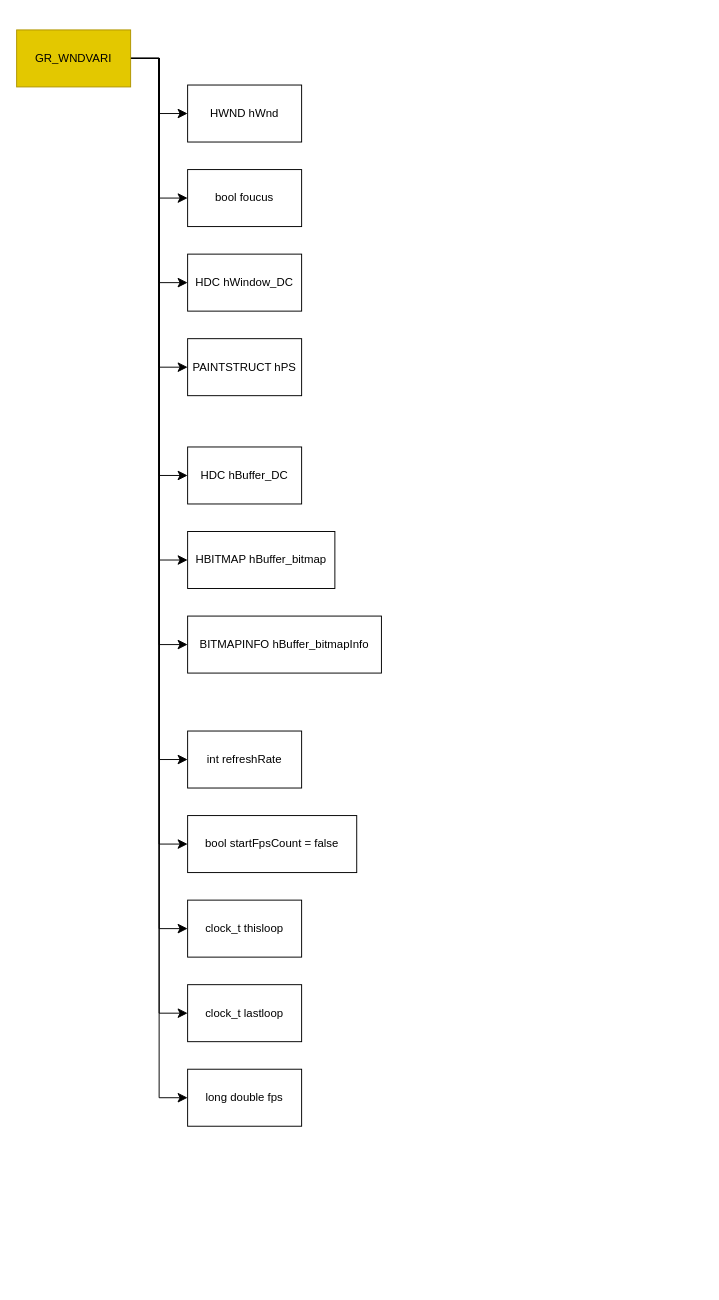
Tanso-mct/GLPA keeps this draw.io diagram as page "main.h" (2 of 17) of GLPA/設計書.drawio. Above is the earlier version. Source tidied: cells renumbered, new cells numbered last; positions are measured from the earlier drawing's top-left corner, leaving out a move shared by most shapes. Both pictures are drawn from the tidied source at 95%, with x=0, y=0 at pixel (16, 29).
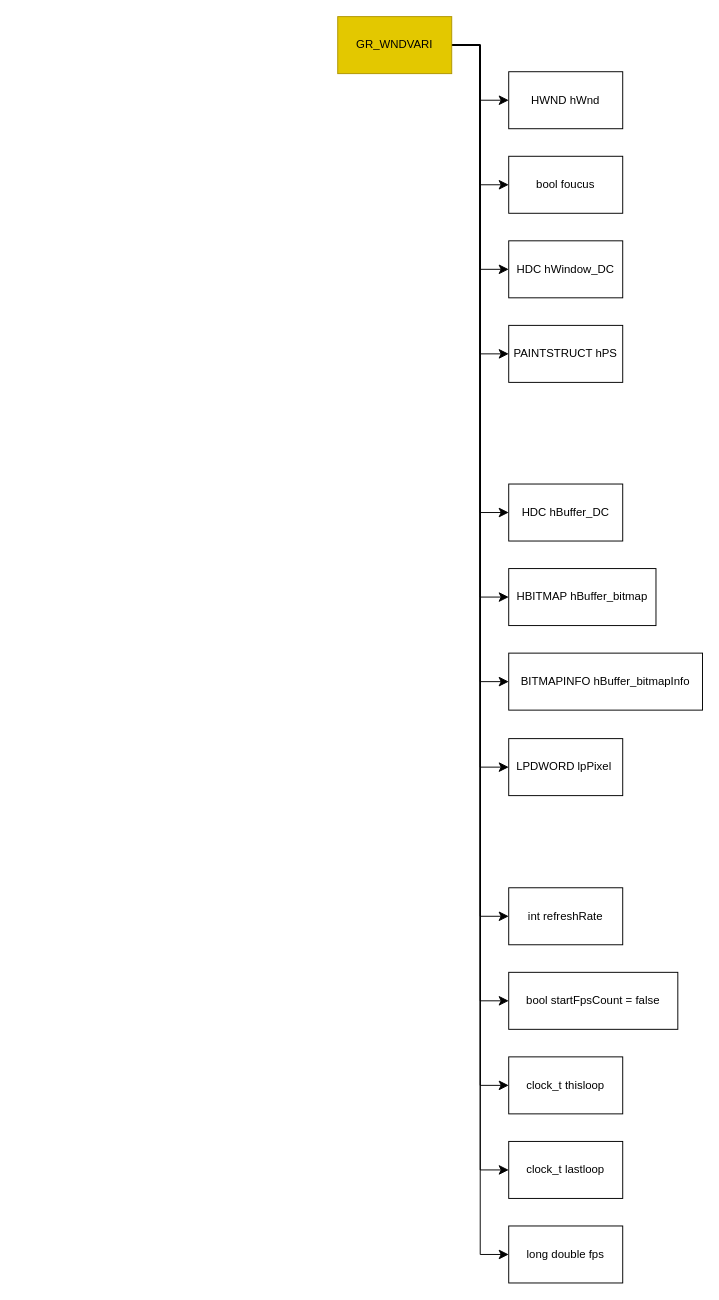
After the change.

Commit message (it also covers changes not shown here):
drawioバグの修正

Change to the diagram source:
```diff
@@
+    <mxCell id="27" style="edgeStyle=elbowEdgeStyle;shape=connector;curved=0;rounded=0;elbow=horizontal;html=1;labelBackgroundColor=default;strokeColor=default;fontFamily=Helvetica;fontSize=12;fontColor=default;endArrow=classic;startSize=8;endSize=8;" parent="1" edge="1" source="14" target="28">
+      <mxGeometry relative="1" as="geometry" />
+    </mxCell>
     <mxCell id="14" value="GR_WNDVARI" style="whiteSpace=wrap;html=1;fillColor=#e3c800;fontColor=#000000;strokeColor=#B09500;" parent="1" vertex="1">
-      <mxGeometry width="120" height="60" as="geometry" />
+      <mxGeometry x="338" y="-14" width="120" height="60" as="geometry" />
     </mxCell>
     <mxCell id="15" value="HWND hWnd" style="whiteSpace=wrap;html=1;" parent="1" vertex="1">
-      <mxGeometry x="180" y="58" width="120" height="60" as="geometry" />
+      <mxGeometry x="518" y="44" width="120" height="60" as="geometry" />
     </mxCell>
     <mxCell id="16" value="bool foucus" style="whiteSpace=wrap;html=1;labelBackgroundColor=default;strokeColor=default;strokeWidth=1;fontFamily=Helvetica;fontSize=12;fontColor=default;fillColor=none;" parent="1" vertex="1">
-      <mxGeometry x="180" y="147" width="120" height="60" as="geometry" />
+      <mxGeometry x="518" y="133" width="120" height="60" as="geometry" />
     </mxCell>
     <mxCell id="17" value="HDC hWindow_DC" style="whiteSpace=wrap;html=1;" parent="1" vertex="1">
-      <mxGeometry x="180" y="236" width="120" height="60" as="geometry" />
+      <mxGeometry x="518" y="222" width="120" height="60" as="geometry" />
     </mxCell>
     <mxCell id="18" value="PAINTSTRUCT hPS" style="whiteSpace=wrap;html=1;" parent="1" vertex="1">
-      <mxGeometry x="180" y="325" width="120" height="60" as="geometry" />
+      <mxGeometry x="518" y="311" width="120" height="60" as="geometry" />
     </mxCell>
     <mxCell id="19" value="HDC hBuffer_DC" style="whiteSpace=wrap;html=1;fontFamily=Helvetica;fontSize=12;fontColor=default;" parent="1" vertex="1">
-      <mxGeometry x="180" y="439" width="120" height="60" as="geometry" />
+      <mxGeometry x="518" y="478" width="120" height="60" as="geometry" />
     </mxCell>
     <mxCell id="20" value="HBITMAP hBuffer_bitmap" style="whiteSpace=wrap;html=1;fontFamily=Helvetica;fontSize=12;fontColor=default;" parent="1" vertex="1">
-      <mxGeometry x="180" y="528" width="155" height="60" as="geometry" />
+      <mxGeometry x="518" y="567" width="155" height="60" as="geometry" />
     </mxCell>
     <mxCell id="21" value="BITMAPINFO hBuffer_bitmapInfo" style="whiteSpace=wrap;html=1;fontFamily=Helvetica;fontSize=12;fontColor=default;" parent="1" vertex="1">
-      <mxGeometry x="180" y="617" width="204" height="60" as="geometry" />
+      <mxGeometry x="518" y="656" width="204" height="60" as="geometry" />
     </mxCell>
     <mxCell id="22" value="int refreshRate" style="whiteSpace=wrap;html=1;fontFamily=Helvetica;fontSize=12;fontColor=default;" parent="1" vertex="1">
-      <mxGeometry x="180" y="738" width="120" height="60" as="geometry" />
+      <mxGeometry x="518" y="903" width="120" height="60" as="geometry" />
     </mxCell>
     <mxCell id="23" value="bool startFpsCount = false" style="whiteSpace=wrap;html=1;fontFamily=Helvetica;fontSize=12;fontColor=default;" parent="1" vertex="1">
-      <mxGeometry x="180" y="827" width="178" height="60" as="geometry" />
+      <mxGeometry x="518" y="992" width="178" height="60" as="geometry" />
     </mxCell>
     <mxCell id="24" value="clock_t thisloop" style="whiteSpace=wrap;html=1;fontFamily=Helvetica;fontSize=12;fontColor=default;" parent="1" vertex="1">
-      <mxGeometry x="180" y="916" width="120" height="60" as="geometry" />
+      <mxGeometry x="518" y="1081" width="120" height="60" as="geometry" />
     </mxCell>
     <mxCell id="25" value="clock_t lastloop" style="whiteSpace=wrap;html=1;fontFamily=Helvetica;fontSize=12;fontColor=default;" parent="1" vertex="1">
-      <mxGeometry x="180" y="1005" width="120" height="60" as="geometry" />
+      <mxGeometry x="518" y="1170" width="120" height="60" as="geometry" />
     </mxCell>
     <mxCell id="26" value="long double fps" style="whiteSpace=wrap;html=1;fontFamily=Helvetica;fontSize=12;fontColor=default;" parent="1" vertex="1">
-      <mxGeometry x="180" y="1094" width="120" height="60" as="geometry" />
+      <mxGeometry x="518" y="1259" width="120" height="60" as="geometry" />
     </mxCell>
+    <mxCell id="28" value="&lt;div&gt;LPDWORD lpPixel&amp;nbsp;&lt;/div&gt;" style="whiteSpace=wrap;html=1;fontFamily=Helvetica;fontSize=12;fontColor=default;" parent="1" vertex="1">
+      <mxGeometry x="518" y="746" width="120" height="60" as="geometry" />
+    </mxCell>
```
